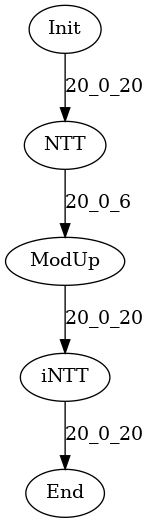
Earlier version of the Graphviz export data/graph_poly.dot.png (hal-lab-u-tokyo/PolyFHE). Its source is kept beside it as data/graph_poly.dot.
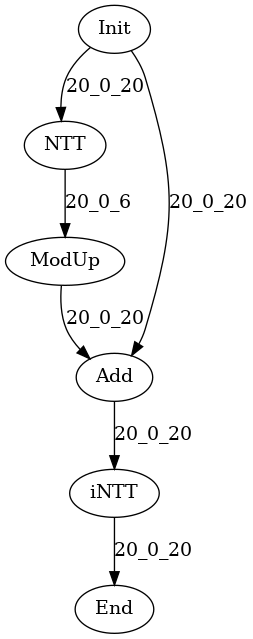
The same diagram one commit later.

Change to the diagram source:
```diff
@@ -4,8 +4,11 @@
 NTT[label="NTT"];
 iNTT[label="iNTT"];
 ModUp[label="ModUp"];
+Add[label="Add"];
 Init -> NTT[label="20_0_20"];
 NTT -> ModUp[label="20_0_6"];
-ModUp -> iNTT[label="20_0_20"];
+ModUp -> Add[label="20_0_20"];
+Init -> Add[label="20_0_20"];
+Add -> iNTT[label="20_0_20"];
 iNTT -> End[label="20_0_20"];
 }
```
